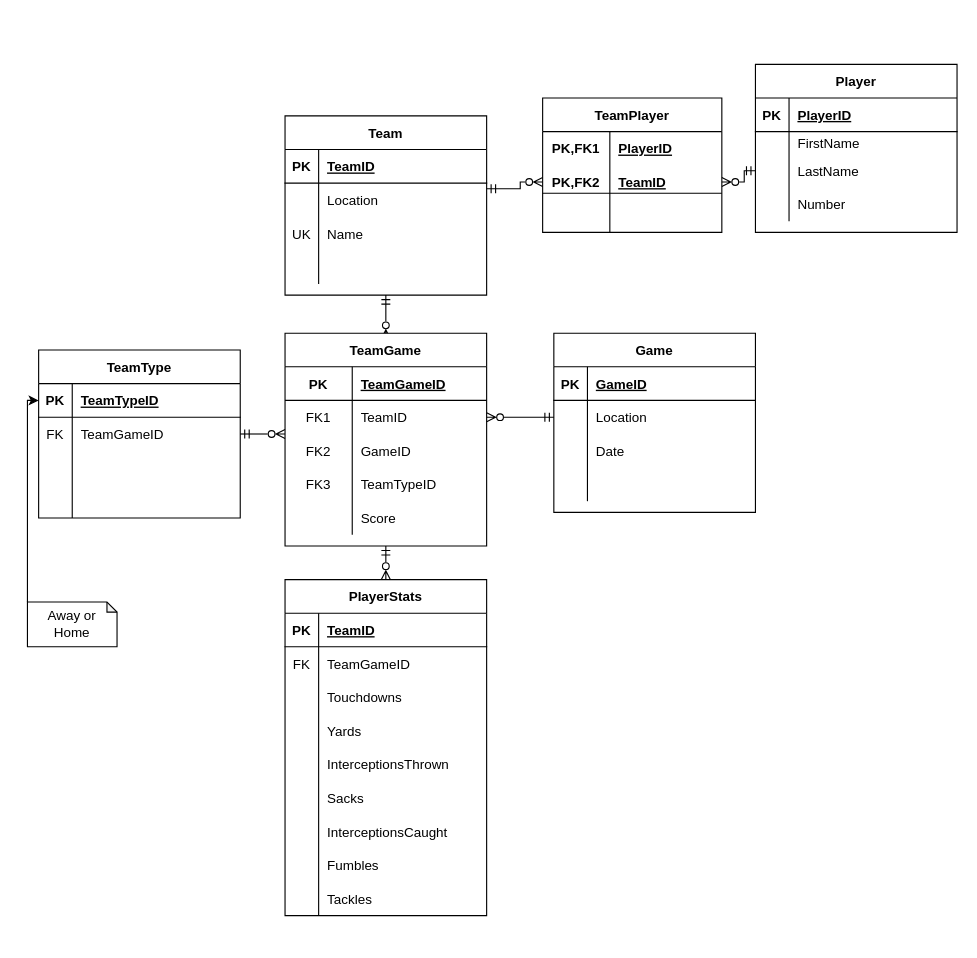
Earlier version of the draw.io diagram DatabaseDiagram.drawio (isaacPetersonKSU/560GroupProject). Source tidied: cells renumbered, new cells numbered last; positions are measured from the earlier drawing's top-left corner, leaving out a move shared by most shapes. Both pictures are drawn from the tidied source at 112%, with x=0, y=0 at pixel (27, 64).
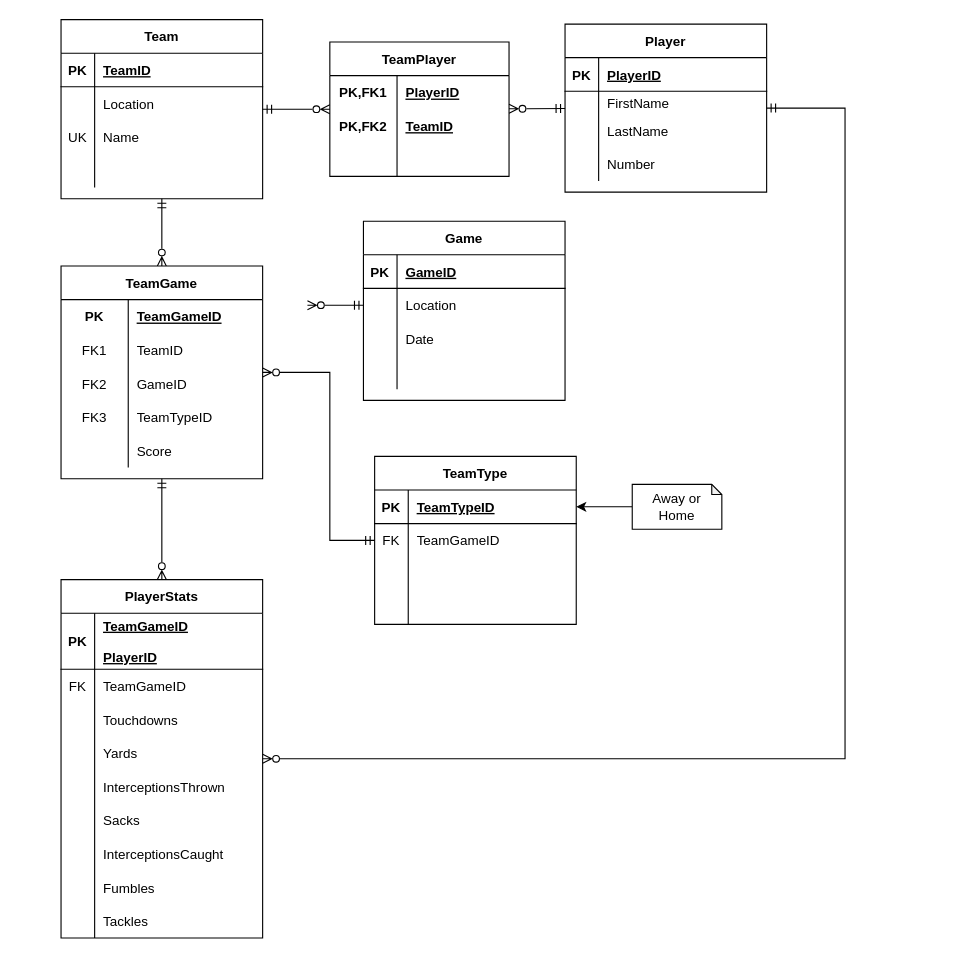
The same page after the edit.

The change refers to these unchanged cells:
```xml
<mxCell id="23" style="shape=partialRectangle;fillColor=none;top=0;left=0;bottom=0;right=0;points=[[0,0.5],[1,0.5]];portConstraint=eastwest;align=center;" parent="16" vertex="1">
  <mxGeometry y="80" width="180" height="30" as="geometry" />
</mxCell>
<mxCell id="31" style="shape=partialRectangle;fillColor=none;top=0;left=0;bottom=1;right=0;points=[[0,0.5],[1,0.5]];portConstraint=eastwest;align=center;" parent="30" vertex="1">
  <mxGeometry y="30" width="180" height="30" as="geometry" />
</mxCell>
<mxCell id="34" style="shape=partialRectangle;fillColor=none;top=0;left=0;bottom=0;right=0;points=[[0,0.5],[1,0.5]];portConstraint=eastwest;align=center;" parent="30" vertex="1">
  <mxGeometry y="60" width="180" height="30" as="geometry" />
</mxCell>
<mxCell id="75" style="shape=partialRectangle;fillColor=none;top=0;left=0;bottom=0;right=0;points=[[0,0.5],[1,0.5]];portConstraint=eastwest;align=center;" parent="71" vertex="1">
  <mxGeometry y="60" width="180" height="30" as="geometry" />
</mxCell>
<mxCell id="108" style="shape=partialRectangle;fillColor=none;top=0;left=0;bottom=0;right=0;points=[[0,0.5],[1,0.5]];portConstraint=eastwest;" parent="104" vertex="1">
  <mxGeometry y="60" width="160" height="30" as="geometry" />
</mxCell>
```

Change to the diagram source:
```diff
@@
-    <mxCell id="2" style="edgeStyle=orthogonalEdgeStyle;rounded=0;jettySize=auto;html=1;startArrow=ERmandOne;startFill=0;endArrow=ERzeroToMany;endFill=0;entryX=0;entryY=0.5;entryDx=0;entryDy=0;" parent="1" edge="1" source="3" target="108">
-      <mxGeometry relative="1" as="geometry">
-        <Array as="points">
-          <mxPoint x="440" y="111" />
-          <mxPoint x="440" y="105" />
-        </Array>
-      </mxGeometry>
+    <mxCell id="2" style="rounded=0;jettySize=auto;html=1;startArrow=ERmandOne;startFill=0;endArrow=ERzeroToMany;endFill=0;" parent="1" edge="1" source="3" target="104">
+      <mxGeometry relative="1" as="geometry" />
     </mxCell>
     <mxCell id="3" value="Team" style="shape=table;startSize=30;childLayout=tableLayout;rowLines=0;fontStyle=1;align=center;" parent="1" vertex="1">
-      <mxGeometry x="230" y="46" width="180" height="160" as="geometry" />
+      <mxGeometry x="30" y="-40" width="180" height="160" as="geometry" />
     </mxCell>
@@
     <mxCell id="16" value="Player" style="shape=table;startSize=30;childLayout=tableLayout;rowLines=0;fontStyle=1;align=center;" parent="1" vertex="1">
-      <mxGeometry x="650" width="180" height="150" as="geometry" />
+      <mxGeometry x="480" y="-36" width="180" height="150" as="geometry" />
     </mxCell>
@@
-    <mxCell id="29" style="edgeStyle=orthogonalEdgeStyle;rounded=0;jettySize=auto;html=1;startArrow=ERmandOne;startFill=0;endArrow=ERzeroToMany;endFill=0;entryX=1;entryY=0.5;entryDx=0;entryDy=0;exitX=0;exitY=0.5;exitDx=0;exitDy=0;" parent="1" edge="1" source="23" target="108">
-      <mxGeometry relative="1" as="geometry">
-        <Array as="points">
-          <mxPoint x="640" y="95" />
-          <mxPoint x="640" y="105" />
-        </Array>
-      </mxGeometry>
+    <mxCell id="29" style="rounded=0;jettySize=auto;html=1;startArrow=ERmandOne;startFill=0;endArrow=ERzeroToMany;endFill=0;" parent="1" edge="1" source="16" target="104">
+      <mxGeometry relative="1" as="geometry" />
     </mxCell>
     <mxCell id="30" value="TeamType" style="shape=table;startSize=30;childLayout=tableLayout;rowLines=0;fontStyle=1;align=center;" parent="1" vertex="1">
-      <mxGeometry x="10" y="255" width="180" height="150" as="geometry" />
+      <mxGeometry x="310" y="350" width="180" height="150" as="geometry" />
     </mxCell>
@@
     <mxCell id="43" value="PlayerStats" style="shape=table;startSize=30;childLayout=tableLayout;rowLines=0;fontStyle=1;align=center;" parent="1" vertex="1">
-      <mxGeometry x="230" y="460" width="180" height="300" as="geometry" />
+      <mxGeometry x="30" y="460" width="180" height="320" as="geometry" />
     </mxCell>
     <mxCell id="44" style="shape=partialRectangle;fillColor=none;top=0;left=0;bottom=1;right=0;align=center;" parent="43" vertex="1">
-      <mxGeometry y="30" width="180" height="30" as="geometry" />
+      <mxGeometry y="30" width="180" height="50" as="geometry" />
     </mxCell>
     <mxCell id="45" value="PK" style="shape=partialRectangle;fillColor=none;top=0;left=0;bottom=0;right=0;fontStyle=1;overflow=hidden;align=center;" parent="44" vertex="1">
-      <mxGeometry width="30" height="30" as="geometry" />
+      <mxGeometry width="30" height="50" as="geometry" />
     </mxCell>
-    <mxCell id="46" value="TeamID" style="shape=partialRectangle;fillColor=none;top=0;left=0;bottom=0;right=0;align=left;spacingLeft=6;fontStyle=5;overflow=hidden;" parent="44" vertex="1">
-      <mxGeometry x="30" width="150" height="30" as="geometry" />
+    <mxCell id="46" value="TeamGameID&#10;&#10;PlayerID" style="shape=partialRectangle;fillColor=none;top=0;left=0;bottom=0;right=0;align=left;spacingLeft=6;fontStyle=5;overflow=hidden;" parent="44" vertex="1">
+      <mxGeometry x="30" width="150" height="50" as="geometry" />
     </mxCell>
     <mxCell id="47" style="shape=partialRectangle;fillColor=none;top=0;left=0;bottom=0;right=0;align=center;" parent="43" vertex="1">
-      <mxGeometry y="60" width="180" height="30" as="geometry" />
+      <mxGeometry y="80" width="180" height="30" as="geometry" />
     </mxCell>
@@
     <mxCell id="50" style="shape=partialRectangle;fillColor=none;top=0;left=0;bottom=0;right=0;align=center;" parent="43" vertex="1">
-      <mxGeometry y="90" width="180" height="30" as="geometry" />
+      <mxGeometry y="110" width="180" height="30" as="geometry" />
     </mxCell>
@@
     <mxCell id="53" style="shape=partialRectangle;fillColor=none;top=0;left=0;bottom=0;right=0;align=center;" parent="43" vertex="1">
-      <mxGeometry y="120" width="180" height="30" as="geometry" />
+      <mxGeometry y="140" width="180" height="30" as="geometry" />
     </mxCell>
@@
     <mxCell id="56" style="shape=partialRectangle;fillColor=none;top=0;left=0;bottom=0;right=0;" parent="43" vertex="1">
-      <mxGeometry y="150" width="180" height="30" as="geometry" />
+      <mxGeometry y="170" width="180" height="30" as="geometry" />
     </mxCell>
@@
     <mxCell id="59" style="shape=partialRectangle;fillColor=none;top=0;left=0;bottom=0;right=0;" parent="43" vertex="1">
-      <mxGeometry y="180" width="180" height="30" as="geometry" />
+      <mxGeometry y="200" width="180" height="30" as="geometry" />
     </mxCell>
@@
     <mxCell id="62" style="shape=partialRectangle;fillColor=none;top=0;left=0;bottom=0;right=0;" parent="43" vertex="1">
-      <mxGeometry y="210" width="180" height="30" as="geometry" />
+      <mxGeometry y="230" width="180" height="30" as="geometry" />
     </mxCell>
@@
     <mxCell id="65" style="shape=partialRectangle;fillColor=none;top=0;left=0;bottom=0;right=0;" parent="43" vertex="1">
-      <mxGeometry y="240" width="180" height="30" as="geometry" />
+      <mxGeometry y="260" width="180" height="30" as="geometry" />
     </mxCell>
@@
     <mxCell id="68" style="shape=partialRectangle;fillColor=none;top=0;left=0;bottom=0;right=0;" parent="43" vertex="1">
-      <mxGeometry y="270" width="180" height="30" as="geometry" />
+      <mxGeometry y="290" width="180" height="30" as="geometry" />
     </mxCell>
@@
     <mxCell id="71" value="Game" style="shape=table;startSize=30;childLayout=tableLayout;rowLines=0;fontStyle=1;align=center;" parent="1" vertex="1">
-      <mxGeometry x="470" y="240" width="180" height="160" as="geometry" />
+      <mxGeometry x="300" y="140" width="180" height="160" as="geometry" />
     </mxCell>
@@
-    <mxCell id="84" style="edgeStyle=orthogonalEdgeStyle;rounded=0;jettySize=auto;html=1;startArrow=ERmandOne;startFill=0;endArrow=ERzeroToMany;endFill=0;exitX=1;exitY=0.5;exitDx=0;exitDy=0;" parent="1" edge="1" source="34">
+    <mxCell id="84" style="edgeStyle=orthogonalEdgeStyle;rounded=0;jettySize=auto;html=1;startArrow=ERmandOne;startFill=0;endArrow=ERzeroToMany;endFill=0;" parent="1" edge="1" source="30" target="88">
       <mxGeometry relative="1" as="geometry">
-        <mxPoint x="230" y="330" as="targetPoint" />
+        <Array as="points">
+          <mxPoint x="270" y="425" />
+          <mxPoint x="270" y="275" />
+        </Array>
       </mxGeometry>
     </mxCell>
-    <mxCell id="85" style="edgeStyle=orthogonalEdgeStyle;rounded=0;jettySize=auto;html=1;startArrow=ERmandOne;startFill=0;endArrow=ERzeroToMany;endFill=0;exitX=0;exitY=0.5;exitDx=0;exitDy=0;entryX=1;entryY=0.5;entryDx=0;entryDy=0;" parent="1" edge="1" source="75">
+    <mxCell id="85" style="edgeStyle=orthogonalEdgeStyle;rounded=0;jettySize=auto;html=1;startArrow=ERmandOne;startFill=0;endArrow=ERzeroToMany;endFill=0;exitX=0;exitY=0.5;exitDx=0;exitDy=0;" parent="1" edge="1" source="75">
       <mxGeometry relative="1" as="geometry">
-        <mxPoint x="410" y="315" as="targetPoint" />
+        <mxPoint x="250" y="215" as="targetPoint" />
       </mxGeometry>
     </mxCell>
@@
-    <mxCell id="87" style="edgeStyle=orthogonalEdgeStyle;rounded=0;jettySize=auto;html=1;startArrow=ERmandOne;startFill=0;endArrow=ERzeroToMany;endFill=0;exitX=0.5;exitY=1;exitDx=0;exitDy=0;entryX=0.5;entryY=0;entryDx=0;entryDy=0;" parent="1" edge="1" source="3">
-      <mxGeometry relative="1" as="geometry">
-        <mxPoint x="320" y="245" as="targetPoint" />
-      </mxGeometry>
+    <mxCell id="87" style="edgeStyle=orthogonalEdgeStyle;rounded=0;jettySize=auto;html=1;startArrow=ERmandOne;startFill=0;endArrow=ERzeroToMany;endFill=0;exitX=0.5;exitY=1;exitDx=0;exitDy=0;" parent="1" edge="1" source="3" target="88">
+      <mxGeometry relative="1" as="geometry" />
     </mxCell>
     <mxCell id="88" value="TeamGame" style="shape=table;startSize=30;childLayout=tableLayout;rowLines=0;fontStyle=1;align=center;" parent="1" vertex="1">
-      <mxGeometry x="230" y="240" width="180" height="190" as="geometry" />
+      <mxGeometry x="30" y="180" width="180" height="190" as="geometry" />
     </mxCell>
@@
     <mxCell id="104" value="TeamPlayer" style="shape=table;startSize=30;childLayout=tableLayout;rowLines=0;fontStyle=1;align=center;" parent="1" vertex="1">
-      <mxGeometry x="460" y="30" width="160" height="120" as="geometry" />
+      <mxGeometry x="270" y="-20" width="160" height="120" as="geometry" />
     </mxCell>
@@
-    <mxCell id="114" style="line;strokeWidth=1;dashed=0;labelPosition=right;align=left;verticalAlign=middle;spacingTop=0;spacingLeft=6;" parent="1" vertex="1">
-      <mxGeometry x="460" y="110" width="160" height="10" as="geometry" />
-    </mxCell>
-    <mxCell id="115" style="line;strokeWidth=1;dashed=0;labelPosition=right;align=left;verticalAlign=middle;spacingTop=0;spacingLeft=6;" parent="1" vertex="1">
-      <mxGeometry x="230" y="295" width="180" height="10" as="geometry" />
-    </mxCell>
-    <mxCell id="116" style="edgeStyle=orthogonalEdgeStyle;rounded=0;jettySize=auto;html=1;entryX=0;entryY=0.5;entryDx=0;entryDy=0;" parent="1" edge="1" source="117" target="31">
+    <mxCell id="116" style="edgeStyle=orthogonalEdgeStyle;rounded=0;jettySize=auto;html=1;entryX=1;entryY=0.5;entryDx=0;entryDy=0;" parent="1" edge="1" source="117" target="31">
       <mxGeometry relative="1" as="geometry">
         <Array as="points">
-          <mxPoint y="300" />
+          <mxPoint x="580" y="395" />
         </Array>
       </mxGeometry>
     </mxCell>
     <mxCell id="117" value="Away or Home" style="shape=note;whiteSpace=wrap;html=1;backgroundOutline=1;darkOpacity=0.05;size=9;" parent="1" vertex="1">
-      <mxGeometry y="480" width="80" height="40" as="geometry" />
+      <mxGeometry x="540" y="375" width="80" height="40" as="geometry" />
     </mxCell>
+    <mxCell id="118" style="edgeStyle=orthogonalEdgeStyle;rounded=0;jettySize=auto;html=1;startArrow=ERmandOne;startFill=0;endArrow=ERzeroToMany;endFill=0;" parent="1" edge="1" source="16" target="43">
+      <mxGeometry relative="1" as="geometry">
+        <Array as="points">
+          <mxPoint x="730" y="39" />
+          <mxPoint x="730" y="620" />
+        </Array>
+      </mxGeometry>
+    </mxCell>
```
